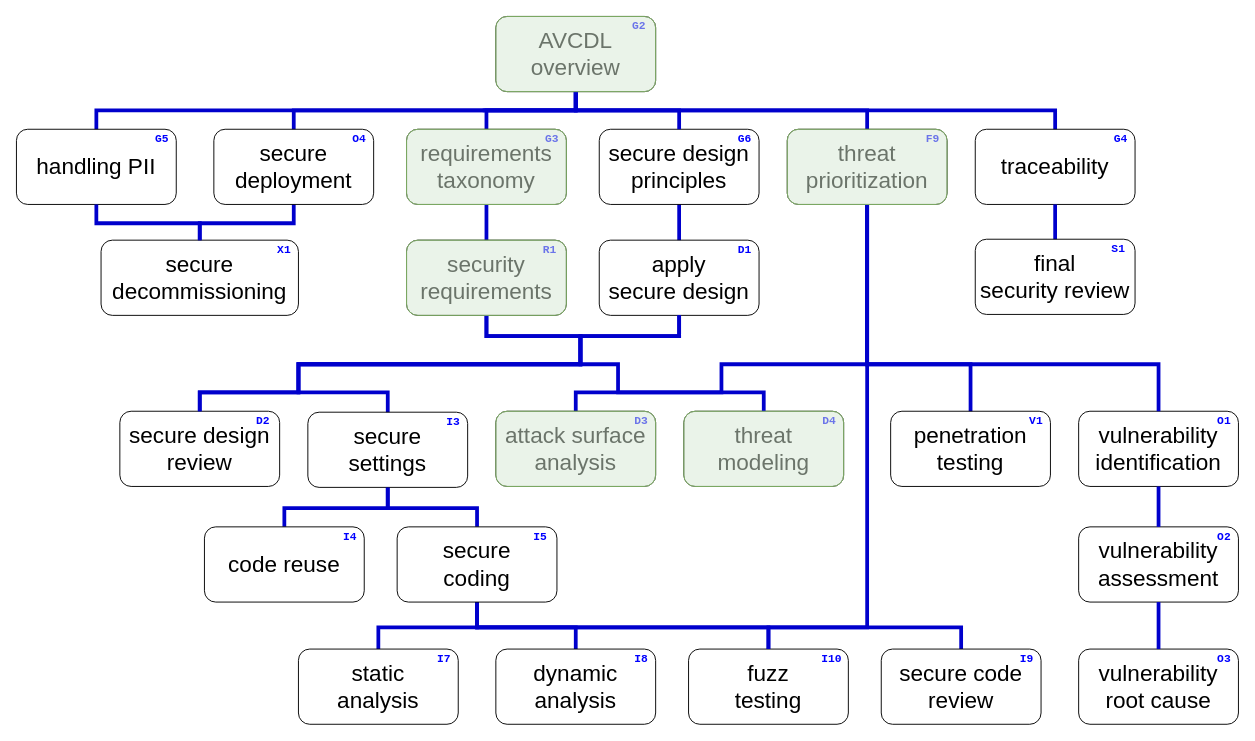
Earlier version of the draw.io diagram page "AVCDL - wide" (2 of 3) of training/images/AVCDL training path/source/AVCDL training path.drawio (AVCDL/AVCDL). Source tidied: cells renumbered, new cells numbered last; positions are measured from the earlier drawing's top-left corner, leaving out a move shared by most shapes. Both pictures are drawn from the tidied source at 94%, with x=0, y=0 at pixel (16, 16).
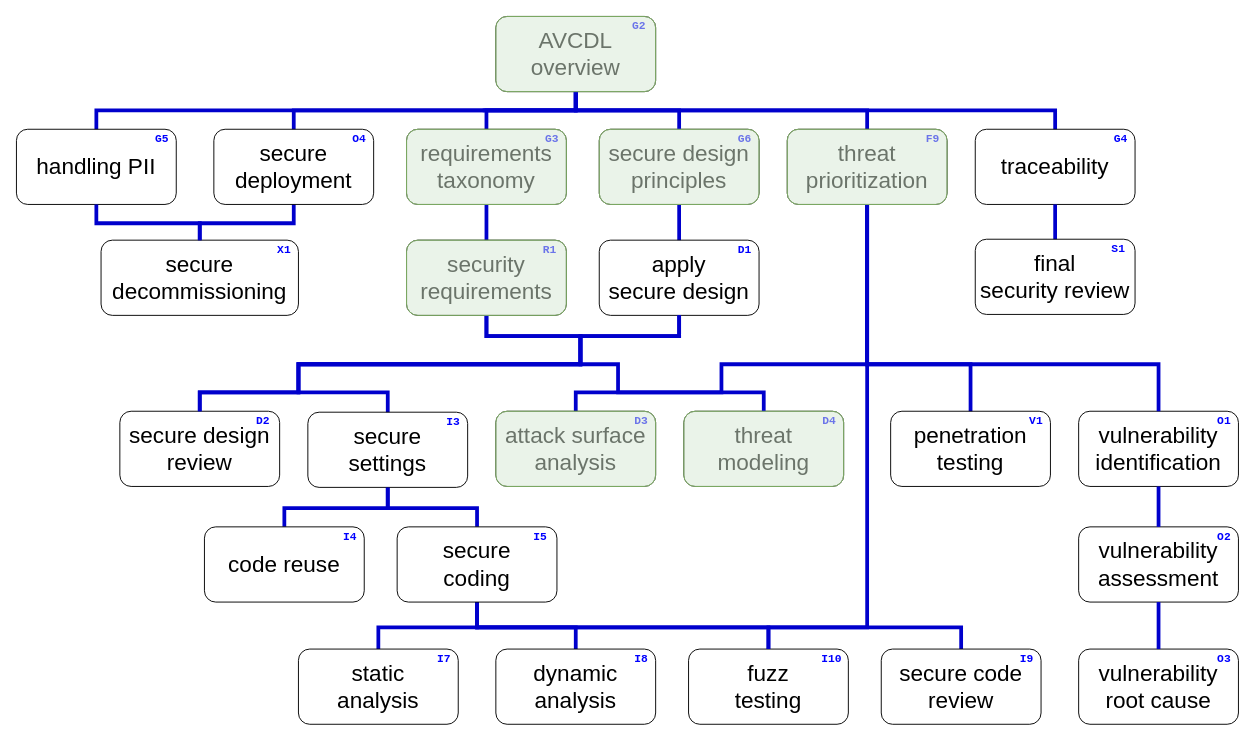
After the change.

What changed in the source:
```diff
@@
+    <mxCell id="86" style="rounded=1;whiteSpace=wrap;html=1;fillColor=#d5e8d4;strokeColor=#82b366;strokeOpacity=100;fillOpacity=50;" parent="79" vertex="1">
+      <mxGeometry x="620" y="120" width="170" height="80" as="geometry" />
+    </mxCell>
```
